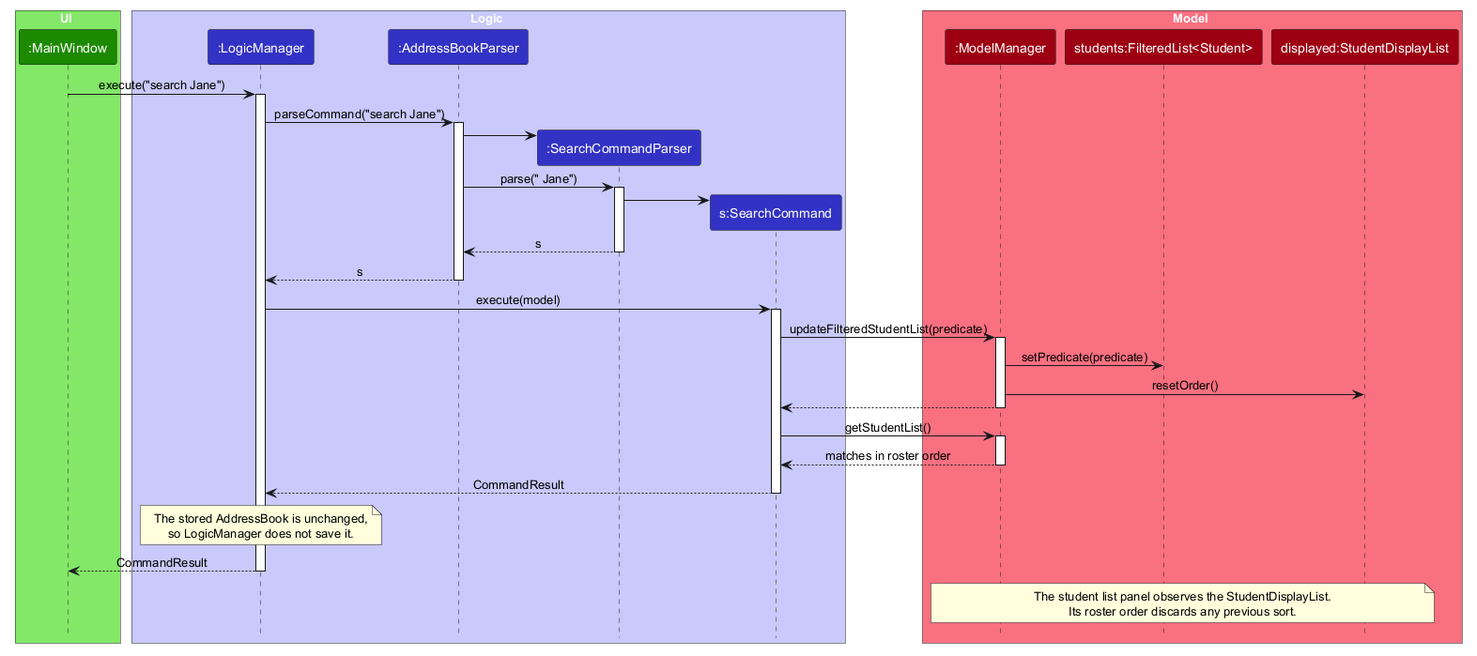
Earlier version of the PlantUML export docs/images/StudentSearchSequenceDiagram.png (AY2627S1-CS2103-F12-1/tp).
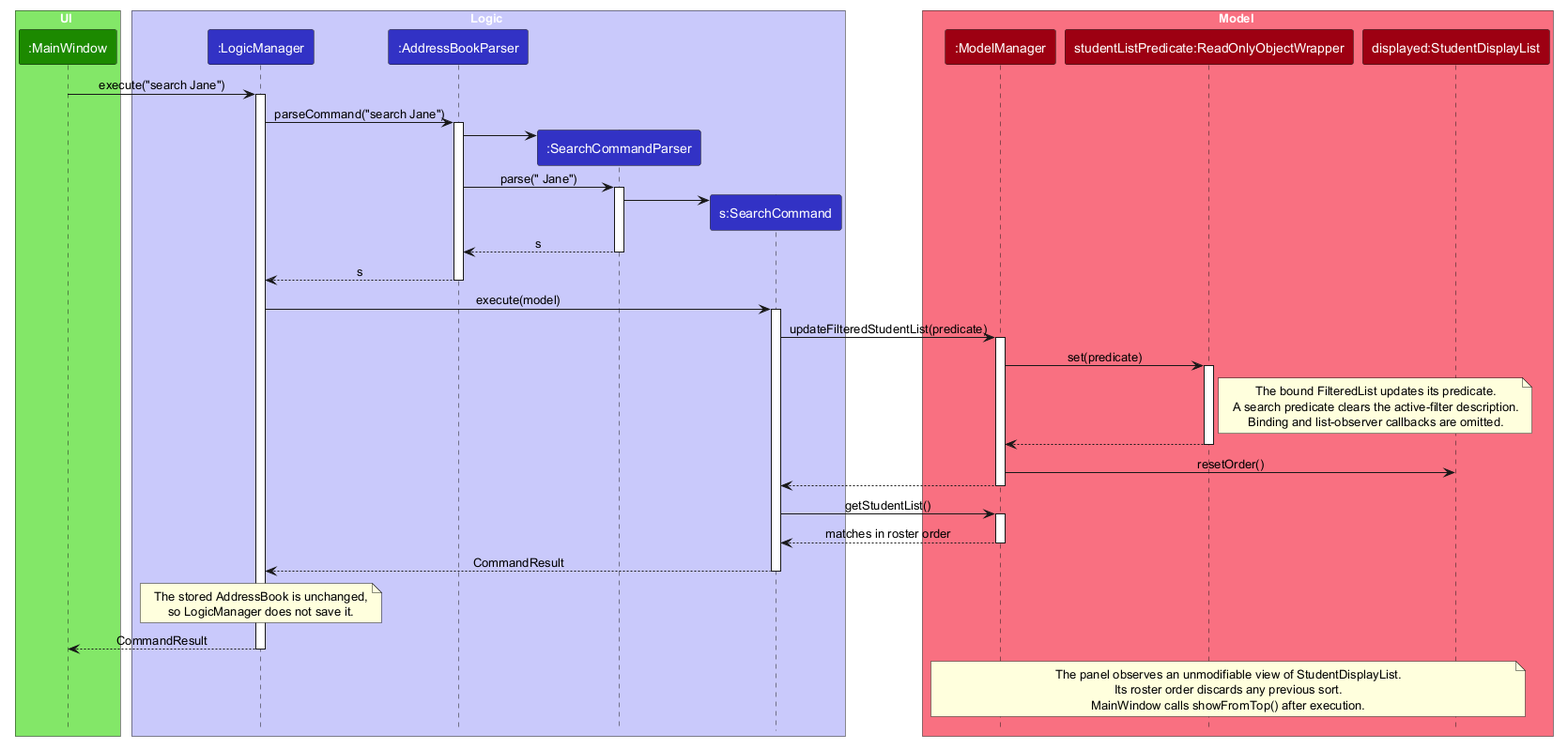
After the commit.

What changed in the source:
```diff
@@ -15,7 +15,7 @@
 
 box Model MODEL_COLOR_T1
 participant ":ModelManager" as ModelManager MODEL_COLOR
-participant "students:FilteredList<Student>" as FilteredStudents MODEL_COLOR
+participant "studentListPredicate:ReadOnlyObjectWrapper" as PredicateState MODEL_COLOR
 participant "displayed:StudentDisplayList" as DisplayedStudents MODEL_COLOR
 end box
 
@@ -41,7 +41,15 @@
 activate SearchCommand
 SearchCommand -> ModelManager : updateFilteredStudentList(predicate)
 activate ModelManager
-ModelManager -> FilteredStudents : setPredicate(predicate)
+ModelManager -> PredicateState : set(predicate)
+activate PredicateState
+note right of PredicateState
+  The bound FilteredList updates its predicate.
+  A search predicate clears the active-filter description.
+  Binding and list-observer callbacks are omitted.
+end note
+PredicateState --> ModelManager
+deactivate PredicateState
 ModelManager -> DisplayedStudents : resetOrder()
 ModelManager --> SearchCommand
 deactivate ModelManager
@@ -63,7 +71,8 @@
 deactivate LogicManager
 
 note over ModelManager, DisplayedStudents
-  The student list panel observes the StudentDisplayList.
+  The panel observes an unmodifiable view of StudentDisplayList.
   Its roster order discards any previous sort.
+  MainWindow calls showFromTop() after execution.
 end note
 @enduml
```
